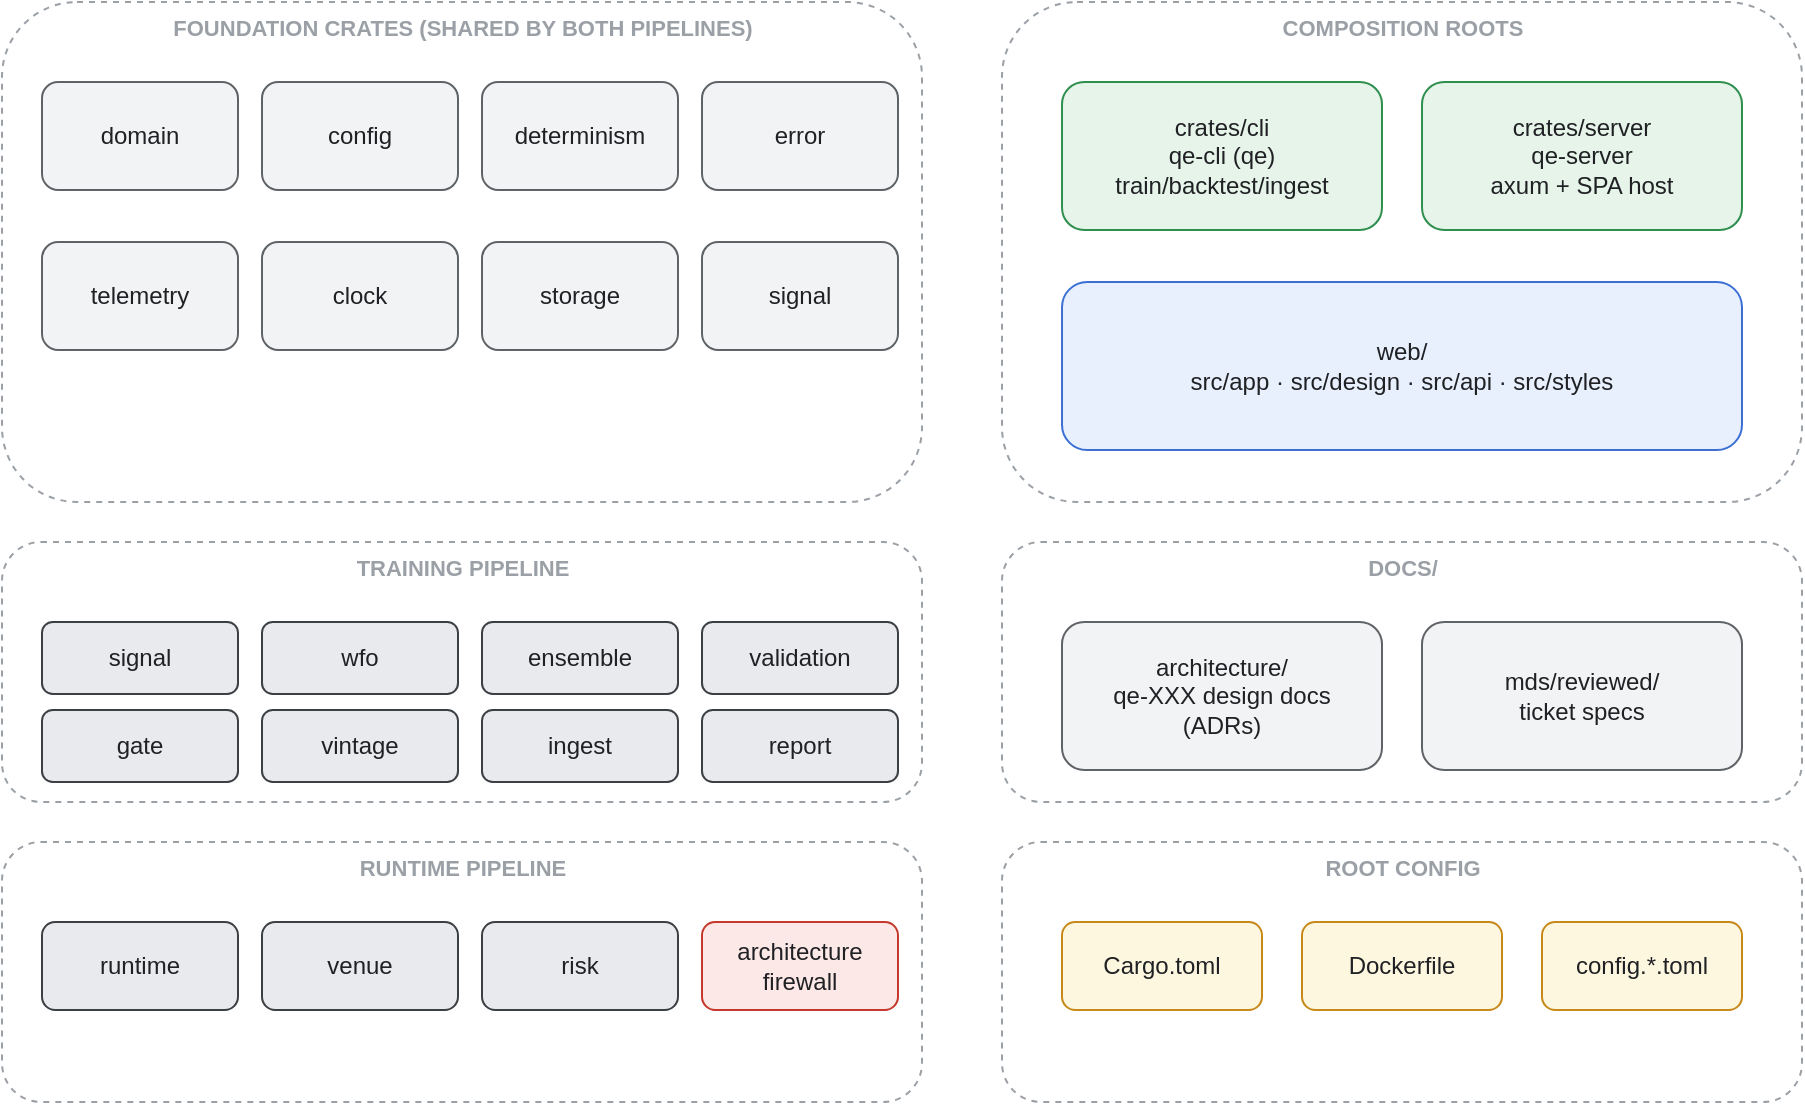
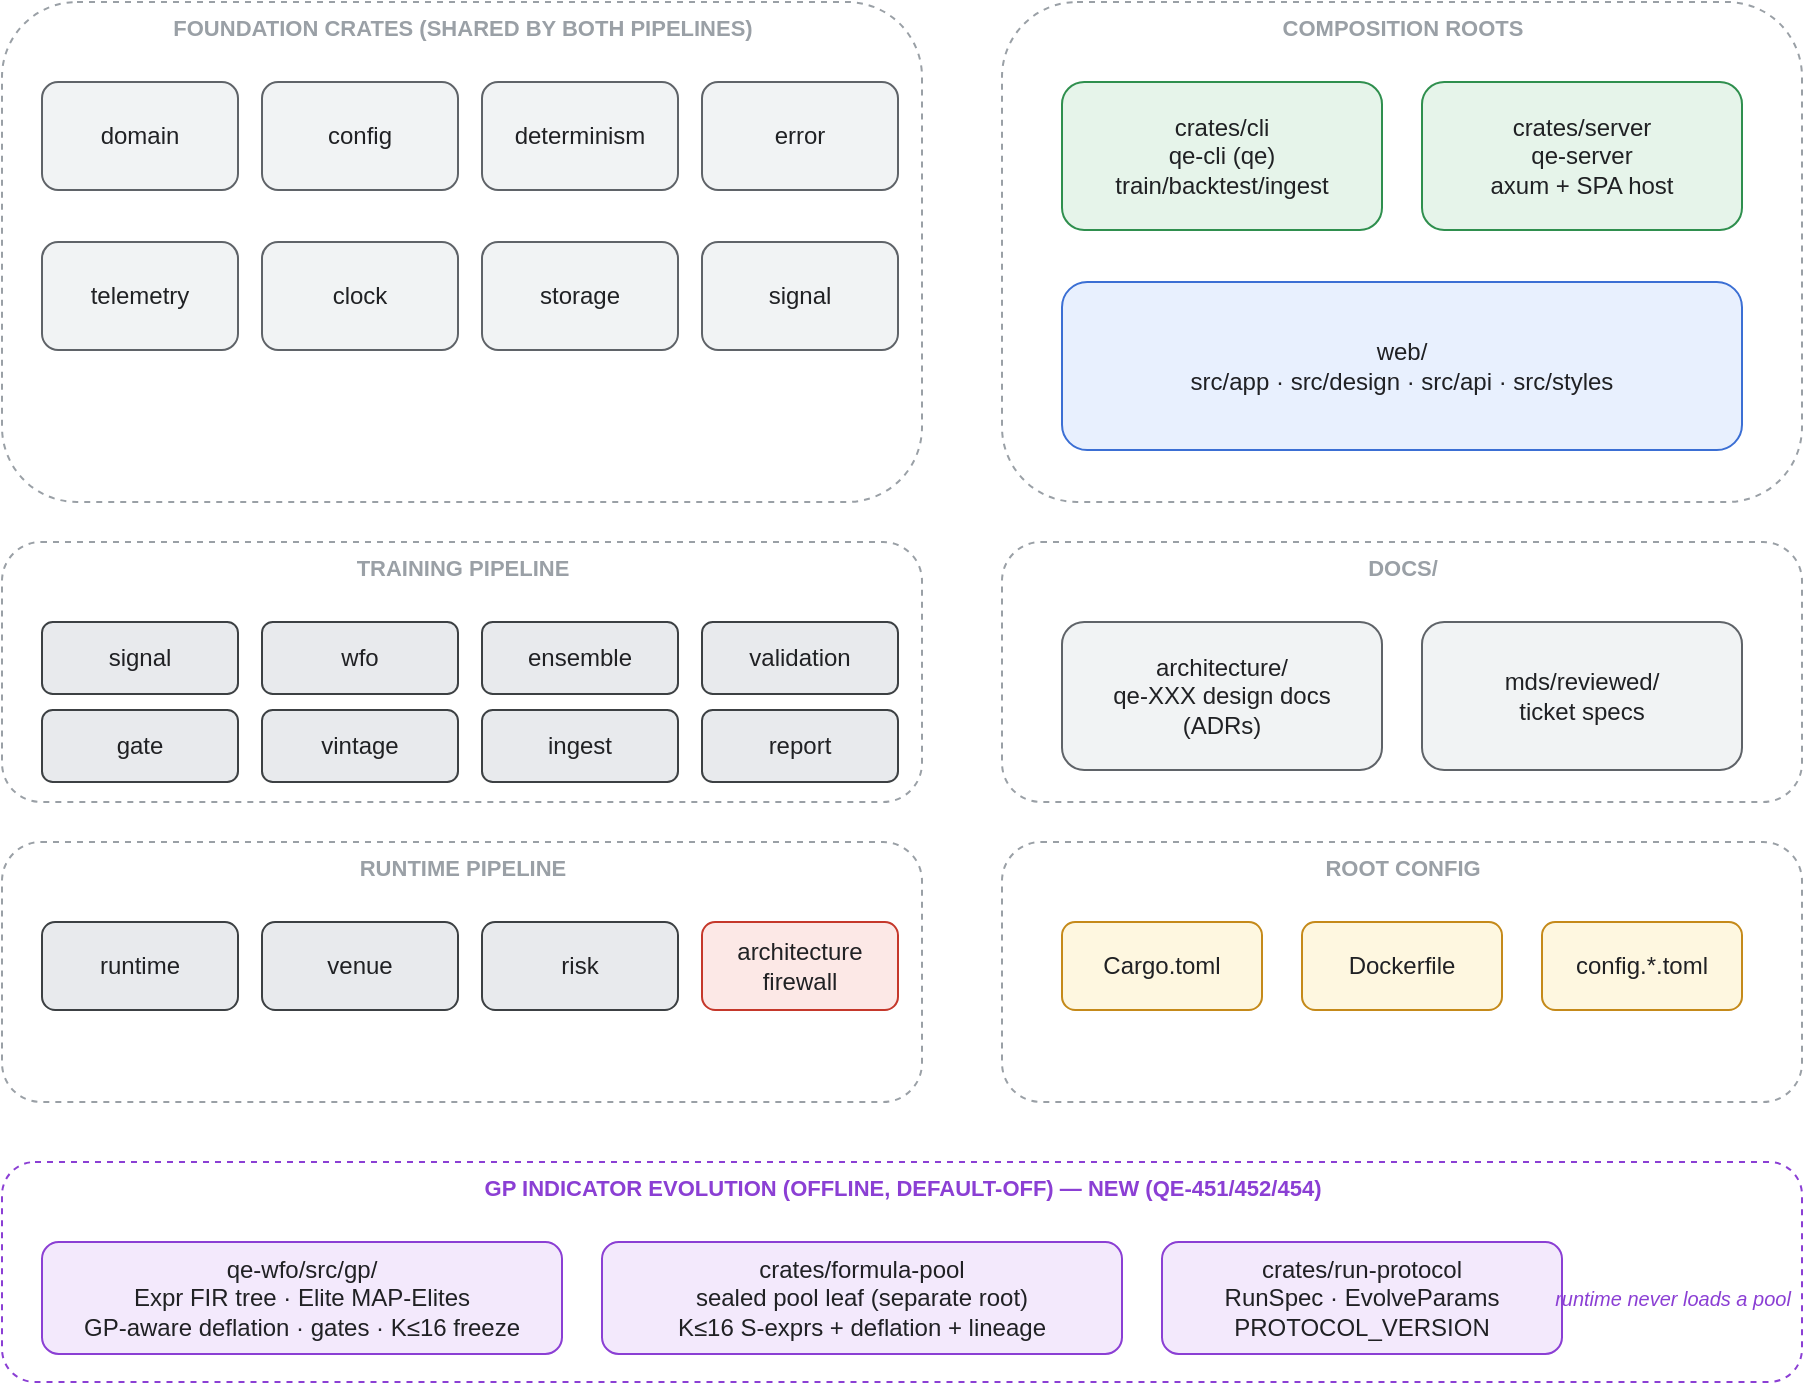
<mxfile host="app.diagrams.net" type="device">
  <diagram name="Repository &amp; Module Structure" id="diagram-1">
    <mxGraphModel dx="980" dy="660" grid="1" gridSize="10" guides="1" tooltips="1"
        connect="1" arrows="1" fold="1" page="1" pageScale="1" pageWidth="980"
-         pageHeight="660" math="0" shadow="0">
+         pageHeight="790" math="0" shadow="0">
      <root>
<mxCell id="0"/>
<mxCell id="1" parent="0"/>
<mxCell id="n2" value="FOUNDATION CRATES (SHARED BY BOTH PIPELINES)" style="rounded=1;dashed=1;html=1;fillColor=none;strokeColor=#9aa0a6;verticalAlign=top;fontColor=#9aa0a6;fontStyle=1;fontSize=11;" vertex="1" parent="1"><mxGeometry x="40" y="80" width="460" height="250" as="geometry"/></mxCell>
<mxCell id="n3" value="TRAINING PIPELINE" style="rounded=1;dashed=1;html=1;fillColor=none;strokeColor=#9aa0a6;verticalAlign=top;fontColor=#9aa0a6;fontStyle=1;fontSize=11;" vertex="1" parent="1"><mxGeometry x="40" y="350" width="460" height="130" as="geometry"/></mxCell>
<mxCell id="n4" value="RUNTIME PIPELINE" style="rounded=1;dashed=1;html=1;fillColor=none;strokeColor=#9aa0a6;verticalAlign=top;fontColor=#9aa0a6;fontStyle=1;fontSize=11;" vertex="1" parent="1"><mxGeometry x="40" y="500" width="460" height="130" as="geometry"/></mxCell>
<mxCell id="n5" value="COMPOSITION ROOTS" style="rounded=1;dashed=1;html=1;fillColor=none;strokeColor=#9aa0a6;verticalAlign=top;fontColor=#9aa0a6;fontStyle=1;fontSize=11;" vertex="1" parent="1"><mxGeometry x="540" y="80" width="400" height="250" as="geometry"/></mxCell>
<mxCell id="n6" value="DOCS/" style="rounded=1;dashed=1;html=1;fillColor=none;strokeColor=#9aa0a6;verticalAlign=top;fontColor=#9aa0a6;fontStyle=1;fontSize=11;" vertex="1" parent="1"><mxGeometry x="540" y="350" width="400" height="130" as="geometry"/></mxCell>
<mxCell id="n7" value="ROOT CONFIG" style="rounded=1;dashed=1;html=1;fillColor=none;strokeColor=#9aa0a6;verticalAlign=top;fontColor=#9aa0a6;fontStyle=1;fontSize=11;" vertex="1" parent="1"><mxGeometry x="540" y="500" width="400" height="130" as="geometry"/></mxCell>
<mxCell id="f0" value="domain" style="rounded=1;whiteSpace=wrap;html=1;fillColor=#f1f3f4;strokeColor=#5f6368;fontColor=#202124;fontFamily=Helvetica;fontSize=12;" vertex="1" parent="1"><mxGeometry x="60" y="120" width="98" height="54" as="geometry"/></mxCell>
<mxCell id="f1" value="config" style="rounded=1;whiteSpace=wrap;html=1;fillColor=#f1f3f4;strokeColor=#5f6368;fontColor=#202124;fontFamily=Helvetica;fontSize=12;" vertex="1" parent="1"><mxGeometry x="170" y="120" width="98" height="54" as="geometry"/></mxCell>
<mxCell id="f2" value="determinism" style="rounded=1;whiteSpace=wrap;html=1;fillColor=#f1f3f4;strokeColor=#5f6368;fontColor=#202124;fontFamily=Helvetica;fontSize=12;" vertex="1" parent="1"><mxGeometry x="280" y="120" width="98" height="54" as="geometry"/></mxCell>
<mxCell id="f3" value="error" style="rounded=1;whiteSpace=wrap;html=1;fillColor=#f1f3f4;strokeColor=#5f6368;fontColor=#202124;fontFamily=Helvetica;fontSize=12;" vertex="1" parent="1"><mxGeometry x="390" y="120" width="98" height="54" as="geometry"/></mxCell>
<mxCell id="f4" value="telemetry" style="rounded=1;whiteSpace=wrap;html=1;fillColor=#f1f3f4;strokeColor=#5f6368;fontColor=#202124;fontFamily=Helvetica;fontSize=12;" vertex="1" parent="1"><mxGeometry x="60" y="200" width="98" height="54" as="geometry"/></mxCell>
<mxCell id="f5" value="clock" style="rounded=1;whiteSpace=wrap;html=1;fillColor=#f1f3f4;strokeColor=#5f6368;fontColor=#202124;fontFamily=Helvetica;fontSize=12;" vertex="1" parent="1"><mxGeometry x="170" y="200" width="98" height="54" as="geometry"/></mxCell>
<mxCell id="f6" value="storage" style="rounded=1;whiteSpace=wrap;html=1;fillColor=#f1f3f4;strokeColor=#5f6368;fontColor=#202124;fontFamily=Helvetica;fontSize=12;" vertex="1" parent="1"><mxGeometry x="280" y="200" width="98" height="54" as="geometry"/></mxCell>
<mxCell id="f7" value="signal" style="rounded=1;whiteSpace=wrap;html=1;fillColor=#f1f3f4;strokeColor=#5f6368;fontColor=#202124;fontFamily=Helvetica;fontSize=12;" vertex="1" parent="1"><mxGeometry x="390" y="200" width="98" height="54" as="geometry"/></mxCell>
<mxCell id="t0" value="signal" style="rounded=1;whiteSpace=wrap;html=1;fillColor=#e8eaed;strokeColor=#3c4043;fontColor=#202124;fontFamily=Helvetica;fontSize=12;" vertex="1" parent="1"><mxGeometry x="60" y="390" width="98" height="36" as="geometry"/></mxCell>
<mxCell id="t1" value="wfo" style="rounded=1;whiteSpace=wrap;html=1;fillColor=#e8eaed;strokeColor=#3c4043;fontColor=#202124;fontFamily=Helvetica;fontSize=12;" vertex="1" parent="1"><mxGeometry x="170" y="390" width="98" height="36" as="geometry"/></mxCell>
<mxCell id="t2" value="ensemble" style="rounded=1;whiteSpace=wrap;html=1;fillColor=#e8eaed;strokeColor=#3c4043;fontColor=#202124;fontFamily=Helvetica;fontSize=12;" vertex="1" parent="1"><mxGeometry x="280" y="390" width="98" height="36" as="geometry"/></mxCell>
<mxCell id="t3" value="validation" style="rounded=1;whiteSpace=wrap;html=1;fillColor=#e8eaed;strokeColor=#3c4043;fontColor=#202124;fontFamily=Helvetica;fontSize=12;" vertex="1" parent="1"><mxGeometry x="390" y="390" width="98" height="36" as="geometry"/></mxCell>
<mxCell id="t4" value="gate" style="rounded=1;whiteSpace=wrap;html=1;fillColor=#e8eaed;strokeColor=#3c4043;fontColor=#202124;fontFamily=Helvetica;fontSize=12;" vertex="1" parent="1"><mxGeometry x="60" y="434" width="98" height="36" as="geometry"/></mxCell>
<mxCell id="t5" value="vintage" style="rounded=1;whiteSpace=wrap;html=1;fillColor=#e8eaed;strokeColor=#3c4043;fontColor=#202124;fontFamily=Helvetica;fontSize=12;" vertex="1" parent="1"><mxGeometry x="170" y="434" width="98" height="36" as="geometry"/></mxCell>
<mxCell id="t6" value="ingest" style="rounded=1;whiteSpace=wrap;html=1;fillColor=#e8eaed;strokeColor=#3c4043;fontColor=#202124;fontFamily=Helvetica;fontSize=12;" vertex="1" parent="1"><mxGeometry x="280" y="434" width="98" height="36" as="geometry"/></mxCell>
<mxCell id="t7" value="report" style="rounded=1;whiteSpace=wrap;html=1;fillColor=#e8eaed;strokeColor=#3c4043;fontColor=#202124;fontFamily=Helvetica;fontSize=12;" vertex="1" parent="1"><mxGeometry x="390" y="434" width="98" height="36" as="geometry"/></mxCell>
<mxCell id="r0" value="runtime" style="rounded=1;whiteSpace=wrap;html=1;fillColor=#e8eaed;strokeColor=#3c4043;fontColor=#202124;fontFamily=Helvetica;fontSize=12;" vertex="1" parent="1"><mxGeometry x="60" y="540" width="98" height="44" as="geometry"/></mxCell>
<mxCell id="r1" value="venue" style="rounded=1;whiteSpace=wrap;html=1;fillColor=#e8eaed;strokeColor=#3c4043;fontColor=#202124;fontFamily=Helvetica;fontSize=12;" vertex="1" parent="1"><mxGeometry x="170" y="540" width="98" height="44" as="geometry"/></mxCell>
<mxCell id="r2" value="risk" style="rounded=1;whiteSpace=wrap;html=1;fillColor=#e8eaed;strokeColor=#3c4043;fontColor=#202124;fontFamily=Helvetica;fontSize=12;" vertex="1" parent="1"><mxGeometry x="280" y="540" width="98" height="44" as="geometry"/></mxCell>
<mxCell id="archc" value="architecture&#10;firewall" style="rounded=1;whiteSpace=wrap;html=1;fillColor=#fce8e6;strokeColor=#c5382b;fontColor=#202124;fontFamily=Helvetica;fontSize=12;" vertex="1" parent="1"><mxGeometry x="390" y="540" width="98" height="44" as="geometry"/></mxCell>
<mxCell id="clic" value="crates/cli&#10;qe-cli (qe)&#10;train/backtest/ingest" style="rounded=1;whiteSpace=wrap;html=1;fillColor=#e6f4ea;strokeColor=#2f8f4e;fontColor=#202124;fontFamily=Helvetica;fontSize=12;" vertex="1" parent="1"><mxGeometry x="570" y="120" width="160" height="74" as="geometry"/></mxCell>
<mxCell id="srvc" value="crates/server&#10;qe-server&#10;axum + SPA host" style="rounded=1;whiteSpace=wrap;html=1;fillColor=#e6f4ea;strokeColor=#2f8f4e;fontColor=#202124;fontFamily=Helvetica;fontSize=12;" vertex="1" parent="1"><mxGeometry x="750" y="120" width="160" height="74" as="geometry"/></mxCell>
<mxCell id="webc" value="web/&#10;src/app · src/design · src/api · src/styles" style="rounded=1;whiteSpace=wrap;html=1;fillColor=#e8f0fe;strokeColor=#3b6fd4;fontColor=#202124;fontFamily=Helvetica;fontSize=12;" vertex="1" parent="1"><mxGeometry x="570" y="220" width="340" height="84" as="geometry"/></mxCell>
<mxCell id="adr" value="architecture/&#10;qe-XXX design docs&#10;(ADRs)" style="rounded=1;whiteSpace=wrap;html=1;fillColor=#f1f3f4;strokeColor=#5f6368;fontColor=#202124;fontFamily=Helvetica;fontSize=12;" vertex="1" parent="1"><mxGeometry x="570" y="390" width="160" height="74" as="geometry"/></mxCell>
<mxCell id="mds" value="mds/reviewed/&#10;ticket specs" style="rounded=1;whiteSpace=wrap;html=1;fillColor=#f1f3f4;strokeColor=#5f6368;fontColor=#202124;fontFamily=Helvetica;fontSize=12;" vertex="1" parent="1"><mxGeometry x="750" y="390" width="160" height="74" as="geometry"/></mxCell>
<mxCell id="cargo" value="Cargo.toml" style="rounded=1;whiteSpace=wrap;html=1;fillColor=#fef7e0;strokeColor=#c58a1a;fontColor=#202124;fontFamily=Helvetica;fontSize=12;" vertex="1" parent="1"><mxGeometry x="570" y="540" width="100" height="44" as="geometry"/></mxCell>
<mxCell id="dock" value="Dockerfile" style="rounded=1;whiteSpace=wrap;html=1;fillColor=#fef7e0;strokeColor=#c58a1a;fontColor=#202124;fontFamily=Helvetica;fontSize=12;" vertex="1" parent="1"><mxGeometry x="690" y="540" width="100" height="44" as="geometry"/></mxCell>
<mxCell id="conf" value="config.*.toml" style="rounded=1;whiteSpace=wrap;html=1;fillColor=#fef7e0;strokeColor=#c58a1a;fontColor=#202124;fontFamily=Helvetica;fontSize=12;" vertex="1" parent="1"><mxGeometry x="810" y="540" width="100" height="44" as="geometry"/></mxCell>
+ <mxCell id="gpgrp" value="GP INDICATOR EVOLUTION (OFFLINE, DEFAULT-OFF) — NEW (QE-451/452/454)" style="rounded=1;dashed=1;html=1;fillColor=none;strokeColor=#8b3fd4;verticalAlign=top;fontColor=#8b3fd4;fontStyle=1;fontSize=11;" vertex="1" parent="1"><mxGeometry x="40" y="660" width="900" height="110" as="geometry"/></mxCell>
+ <mxCell id="gpmod" value="qe-wfo/src/gp/&#10;Expr FIR tree · Elite&lt;ExprTree&gt; MAP-Elites&#10;GP-aware deflation · gates · K≤16 freeze" style="rounded=1;whiteSpace=wrap;html=1;fillColor=#f3e9fc;strokeColor=#8b3fd4;fontColor=#202124;fontFamily=Helvetica;fontSize=12;" vertex="1" parent="1"><mxGeometry x="60" y="700" width="260" height="56" as="geometry"/></mxCell>
+ <mxCell id="fpool" value="crates/formula-pool&#10;sealed pool leaf (separate root)&#10;K≤16 S-exprs + deflation + lineage" style="rounded=1;whiteSpace=wrap;html=1;fillColor=#f3e9fc;strokeColor=#8b3fd4;fontColor=#202124;fontFamily=Helvetica;fontSize=12;" vertex="1" parent="1"><mxGeometry x="340" y="700" width="260" height="56" as="geometry"/></mxCell>
+ <mxCell id="rprot" value="crates/run-protocol&#10;RunSpec · EvolveParams&#10;PROTOCOL_VERSION" style="rounded=1;whiteSpace=wrap;html=1;fillColor=#f3e9fc;strokeColor=#8b3fd4;fontColor=#202124;fontFamily=Helvetica;fontSize=12;" vertex="1" parent="1"><mxGeometry x="620" y="700" width="200" height="56" as="geometry"/></mxCell>
+ <mxCell id="gpnote" value="runtime never loads a pool" style="text;html=1;align=center;fontColor=#8b3fd4;fontSize=10;fontStyle=2;" vertex="1" parent="1"><mxGeometry x="820" y="716" width="110" height="24" as="geometry"/></mxCell>
      </root>
    </mxGraphModel>
  </diagram>
</mxfile>